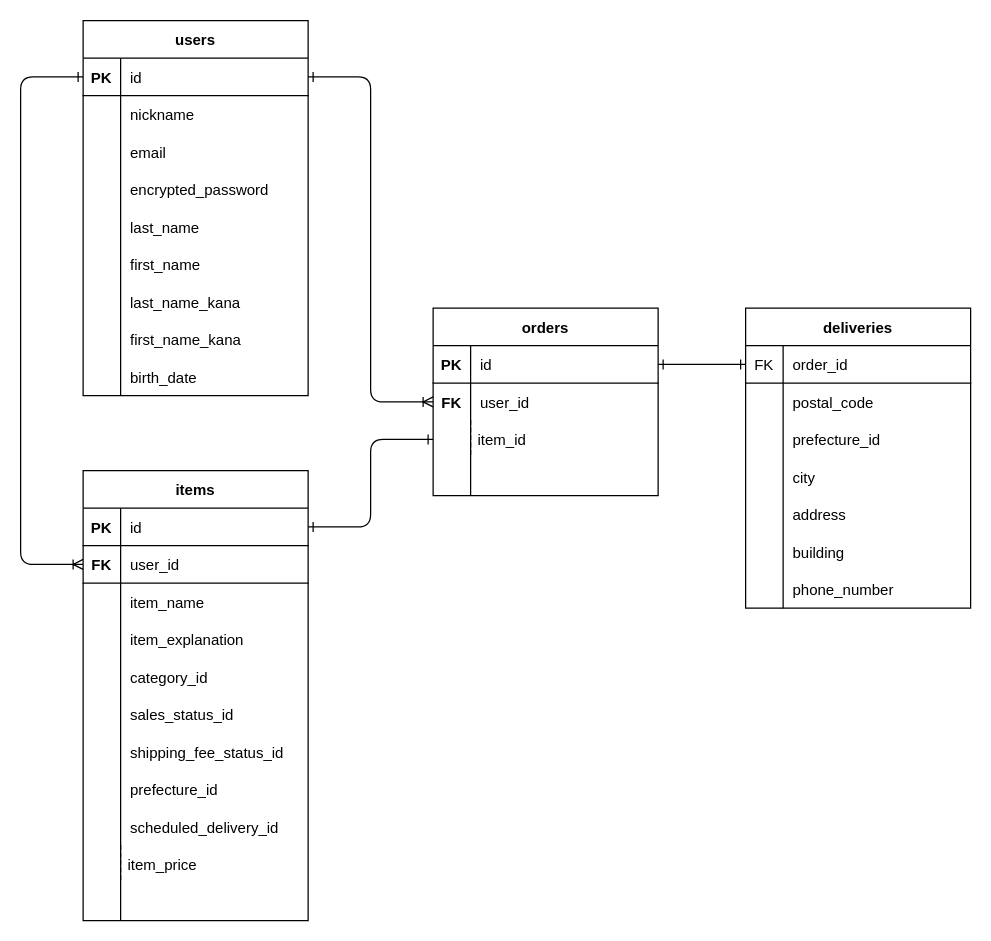
Before: furima-40150.dio in Kinoken0413/furima-40150, a draw.io diagram. Source tidied: cells renumbered, new cells numbered last; positions are measured from the earlier drawing's top-left corner, leaving out a move shared by most shapes. Both pictures are drawn from the tidied source at 125%, with x=0, y=0 at pixel (20, 20).
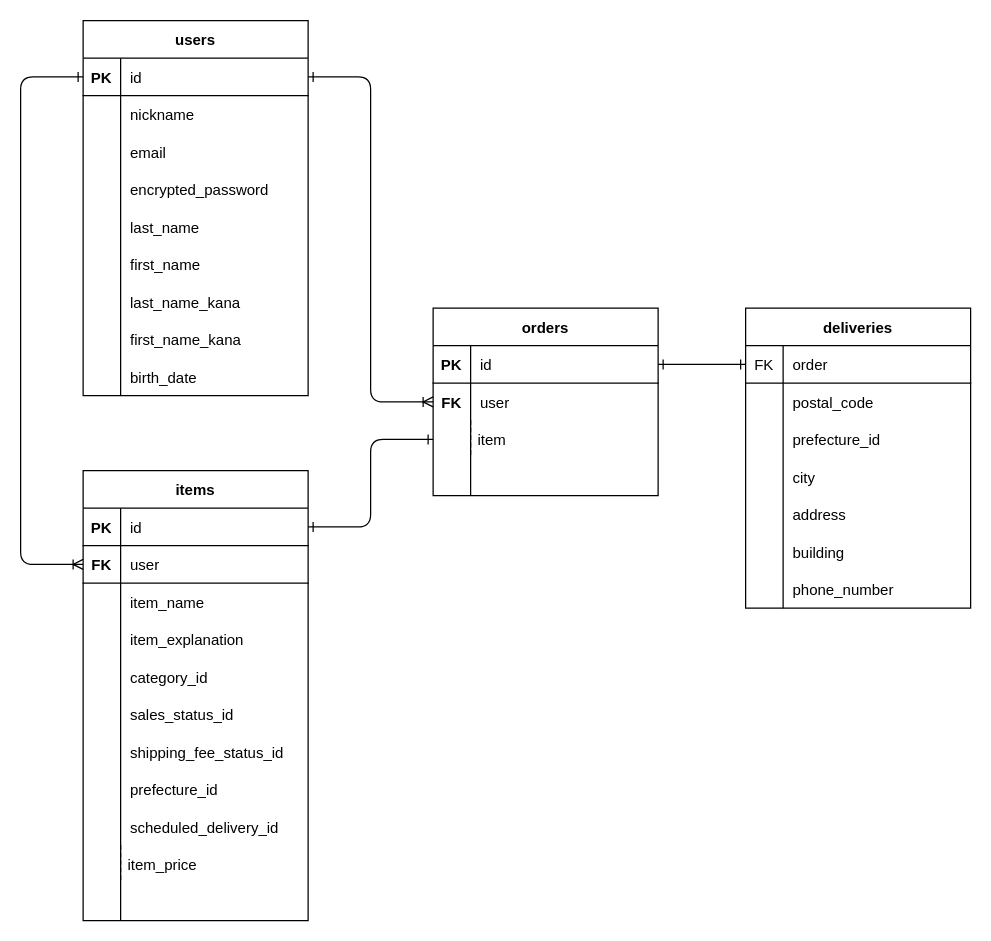
The same diagram, later.

Commit message (it also covers changes not shown here):
レビューをもとに修正

The change refers to these unchanged cells:
```xml
<mxCell id="22" style="shape=tableRow;horizontal=0;startSize=0;swimlaneHead=0;swimlaneBody=0;fillColor=none;points=[[0,0.5],[1,0.5]];portConstraint=eastwest;top=0;left=0;right=0;bottom=1;" parent="18" vertex="1">
  <mxGeometry y="60" width="180" height="30" as="geometry" />
</mxCell>
<mxCell id="50" style="shape=tableRow;horizontal=0;startSize=0;swimlaneHead=0;swimlaneBody=0;fillColor=none;points=[[0,0.5],[1,0.5]];portConstraint=eastwest;top=0;left=0;right=0;bottom=1;" parent="49" vertex="1">
  <mxGeometry y="30" width="180" height="30" as="geometry" />
</mxCell>
<mxCell id="84" style="shape=tableRow;horizontal=0;startSize=0;swimlaneHead=0;swimlaneBody=0;fillColor=none;points=[[0,0.5],[1,0.5]];portConstraint=eastwest;top=0;left=0;right=0;bottom=0;" parent="80" vertex="1">
  <mxGeometry y="60" width="180" height="30" as="geometry" />
</mxCell>
```

What changed in the source:
```diff
@@
-    <mxCell id="24" value="user_id" style="shape=partialRectangle;fillColor=none;top=0;left=0;bottom=0;right=0;align=left;spacingLeft=6;fontStyle=0;overflow=hidden;" parent="22" vertex="1">
+    <mxCell id="24" value="user" style="shape=partialRectangle;fillColor=none;top=0;left=0;bottom=0;right=0;align=left;spacingLeft=6;fontStyle=0;overflow=hidden;" parent="22" vertex="1">
       <mxGeometry x="30" width="150" height="30" as="geometry" />
     </mxCell>
@@
-    <mxCell id="52" value="order_id" style="shape=partialRectangle;fillColor=none;top=0;left=0;bottom=0;right=0;align=left;spacingLeft=6;fontStyle=0;overflow=hidden;" parent="50" vertex="1">
+    <mxCell id="52" value="order" style="shape=partialRectangle;fillColor=none;top=0;left=0;bottom=0;right=0;align=left;spacingLeft=6;fontStyle=0;overflow=hidden;" parent="50" vertex="1">
       <mxGeometry x="30" width="150" height="30" as="geometry" />
     </mxCell>
@@
-    <mxCell id="86" value="user_id" style="shape=partialRectangle;fillColor=none;top=0;left=0;bottom=0;right=0;align=left;spacingLeft=6;fontStyle=0;overflow=hidden;" parent="84" vertex="1">
+    <mxCell id="86" value="user" style="shape=partialRectangle;fillColor=none;top=0;left=0;bottom=0;right=0;align=left;spacingLeft=6;fontStyle=0;overflow=hidden;" parent="84" vertex="1">
       <mxGeometry x="30" width="150" height="30" as="geometry" />
     </mxCell>
@@
-    <mxCell id="96" value="item_id" style="shape=partialRectangle;fillColor=none;align=left;verticalAlign=middle;strokeColor=none;spacingLeft=34;points=[[0,0.5],[1,0.5]];portConstraint=eastwest;" parent="1" vertex="1">
+    <mxCell id="96" value="item" style="shape=partialRectangle;fillColor=none;align=left;verticalAlign=middle;strokeColor=none;spacingLeft=34;points=[[0,0.5],[1,0.5]];portConstraint=eastwest;" parent="1" vertex="1">
       <mxGeometry x="330" y="320" width="180" height="30" as="geometry" />
     </mxCell>
```
